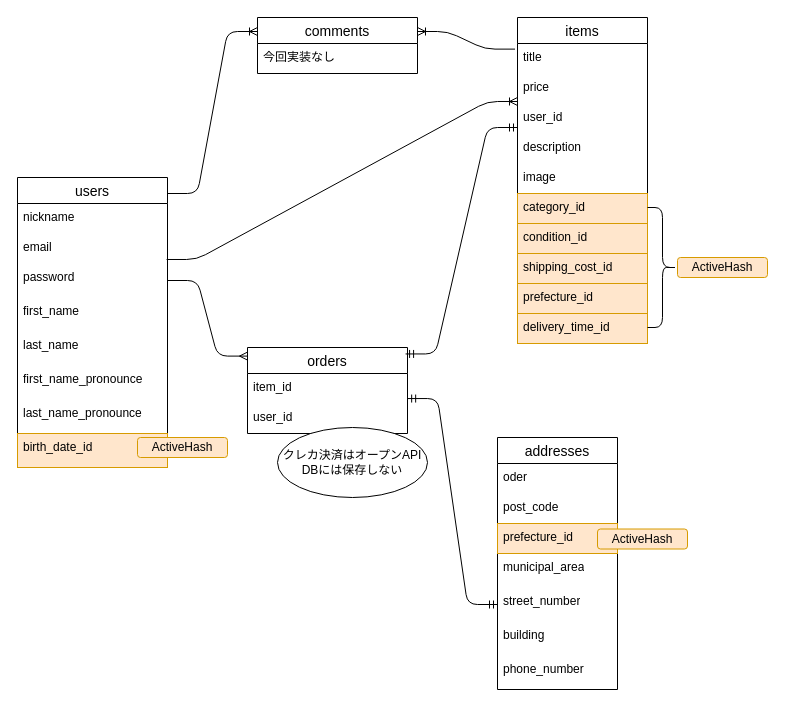
The draw.io diagram furimaER.dio in Tsugumi0424/furima-42277, before the edit. Source tidied: cells renumbered, new cells numbered last; positions are measured from the earlier drawing's top-left corner, leaving out a move shared by most shapes. Both pictures are drawn from the tidied source at 100%, with x=0, y=0 at pixel (17, 17).
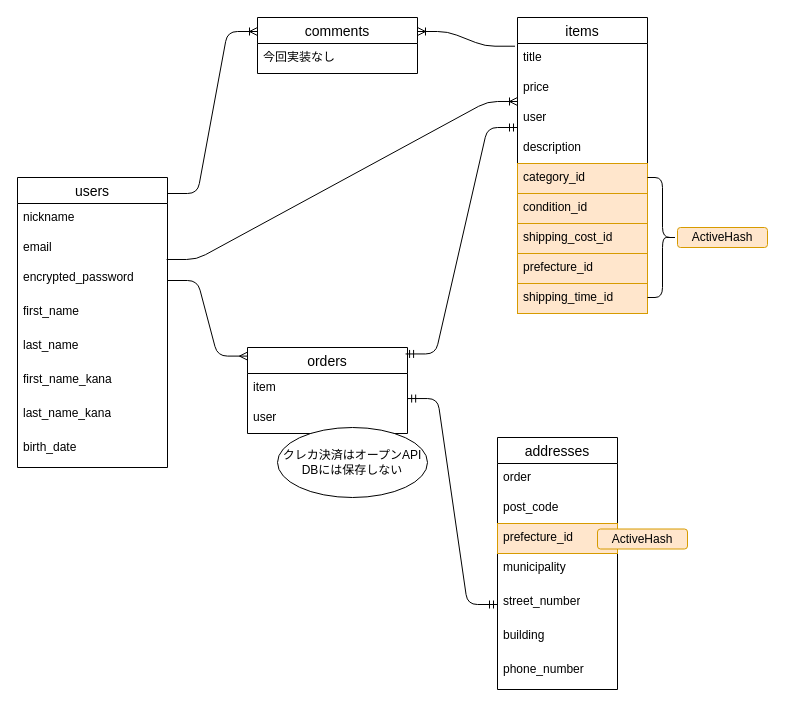
The same page after the edit.

Commit message (it also covers changes not shown here):
データベース設計(修正3)

The change refers to these unchanged cells:
```xml
<mxCell id="2" value="users" style="swimlane;fontStyle=0;horizontal=1;startSize=26;align=center;fontSize=14;" parent="1" vertex="1">
  <mxGeometry y="160" width="150" height="290" as="geometry" />
</mxCell>
<mxCell id="27" value="orders" style="swimlane;fontStyle=0;horizontal=1;startSize=26;align=center;fontSize=14;" parent="1" vertex="1">
  <mxGeometry x="230" y="330" width="160" height="86" as="geometry" />
</mxCell>
<mxCell id="31" value="addresses" style="swimlane;fontStyle=0;horizontal=1;startSize=26;align=center;fontSize=14;" parent="1" vertex="1">
  <mxGeometry x="480" y="420" width="120" height="252" as="geometry" />
</mxCell>
```

What changed in the source:
```diff
@@
-    <mxCell id="5" value="password" style="text;strokeColor=none;fillColor=none;spacingLeft=4;spacingRight=4;overflow=hidden;points=[[0,0.5],[1,0.5]];portConstraint=eastwest;fontSize=12;whiteSpace=wrap;html=1;" parent="2" vertex="1">
+    <mxCell id="5" value="encrypted_password" style="text;strokeColor=none;fillColor=none;spacingLeft=4;spacingRight=4;overflow=hidden;points=[[0,0.5],[1,0.5]];portConstraint=eastwest;fontSize=12;whiteSpace=wrap;html=1;" parent="2" vertex="1">
       <mxGeometry y="86" width="150" height="34" as="geometry" />
     </mxCell>
@@
-    <mxCell id="8" value="first_name_pronounce" style="text;strokeColor=none;fillColor=none;spacingLeft=4;spacingRight=4;overflow=hidden;fontSize=12;whiteSpace=wrap;html=1;" parent="2" vertex="1">
+    <mxCell id="8" value="first_name_kana" style="text;strokeColor=none;fillColor=none;spacingLeft=4;spacingRight=4;overflow=hidden;fontSize=12;whiteSpace=wrap;html=1;" parent="2" vertex="1">
       <mxGeometry y="188" width="150" height="34" as="geometry" />
     </mxCell>
-    <mxCell id="9" value="last_name_pronounce" style="text;strokeColor=none;fillColor=none;spacingLeft=4;spacingRight=4;overflow=hidden;fontSize=12;whiteSpace=wrap;html=1;" parent="2" vertex="1">
+    <mxCell id="9" value="last_name_kana" style="text;strokeColor=none;fillColor=none;spacingLeft=4;spacingRight=4;overflow=hidden;fontSize=12;whiteSpace=wrap;html=1;" parent="2" vertex="1">
       <mxGeometry y="222" width="150" height="34" as="geometry" />
     </mxCell>
-    <mxCell id="10" value="birth_date_id" style="text;strokeColor=#d79b00;fillColor=#ffe6cc;spacingLeft=4;spacingRight=4;overflow=hidden;fontSize=12;whiteSpace=wrap;html=1;" parent="2" vertex="1">
+    <mxCell id="10" value="birth_date" style="text;strokeColor=none;fillColor=none;spacingLeft=4;spacingRight=4;overflow=hidden;fontSize=12;whiteSpace=wrap;html=1;" parent="2" vertex="1">
       <mxGeometry y="256" width="150" height="34" as="geometry" />
     </mxCell>
     <mxCell id="11" value="items" style="swimlane;fontStyle=0;horizontal=1;startSize=26;align=center;fontSize=14;" parent="1" vertex="1">
-      <mxGeometry x="500" width="130" height="326" as="geometry" />
+      <mxGeometry x="500" width="130" height="296" as="geometry" />
     </mxCell>
@@
-    <mxCell id="14" value="user_id" style="text;strokeColor=none;fillColor=none;spacingLeft=4;spacingRight=4;overflow=hidden;points=[[0,0.5],[1,0.5]];portConstraint=eastwest;fontSize=12;whiteSpace=wrap;html=1;" parent="11" vertex="1">
+    <mxCell id="14" value="user" style="text;strokeColor=none;fillColor=none;spacingLeft=4;spacingRight=4;overflow=hidden;points=[[0,0.5],[1,0.5]];portConstraint=eastwest;fontSize=12;whiteSpace=wrap;html=1;" parent="11" vertex="1">
       <mxGeometry y="86" width="130" height="30" as="geometry" />
     </mxCell>
@@
-    <mxCell id="16" value="image" style="text;strokeColor=none;fillColor=none;spacingLeft=4;spacingRight=4;overflow=hidden;fontSize=12;whiteSpace=wrap;html=1;" parent="11" vertex="1">
-      <mxGeometry y="146" width="130" height="30" as="geometry" />
-    </mxCell>
     <mxCell id="17" value="category_id" style="text;strokeColor=#d79b00;fillColor=#ffe6cc;spacingLeft=4;spacingRight=4;overflow=hidden;fontSize=12;whiteSpace=wrap;html=1;" parent="11" vertex="1">
-      <mxGeometry y="176" width="130" height="30" as="geometry" />
+      <mxGeometry y="146" width="130" height="30" as="geometry" />
     </mxCell>
     <mxCell id="18" value="condition_id" style="text;strokeColor=#d79b00;fillColor=#ffe6cc;spacingLeft=4;spacingRight=4;overflow=hidden;fontSize=12;whiteSpace=wrap;html=1;" parent="11" vertex="1">
-      <mxGeometry y="206" width="130" height="30" as="geometry" />
+      <mxGeometry y="176" width="130" height="30" as="geometry" />
     </mxCell>
     <mxCell id="19" value="shipping_cost_id" style="text;strokeColor=#d79b00;fillColor=#ffe6cc;spacingLeft=4;spacingRight=4;overflow=hidden;fontSize=12;whiteSpace=wrap;html=1;" parent="11" vertex="1">
-      <mxGeometry y="236" width="130" height="30" as="geometry" />
+      <mxGeometry y="206" width="130" height="30" as="geometry" />
     </mxCell>
     <mxCell id="20" value="prefecture_id" style="text;strokeColor=#d79b00;fillColor=#ffe6cc;spacingLeft=4;spacingRight=4;overflow=hidden;fontSize=12;whiteSpace=wrap;html=1;" parent="11" vertex="1">
-      <mxGeometry y="266" width="130" height="30" as="geometry" />
+      <mxGeometry y="236" width="130" height="30" as="geometry" />
     </mxCell>
-    <mxCell id="21" value="delivery_time_id" style="text;strokeColor=#d79b00;fillColor=#ffe6cc;spacingLeft=4;spacingRight=4;overflow=hidden;fontSize=12;whiteSpace=wrap;html=1;" parent="11" vertex="1">
-      <mxGeometry y="296" width="130" height="30" as="geometry" />
+    <mxCell id="21" value="shipping_time_id" style="text;strokeColor=#d79b00;fillColor=#ffe6cc;spacingLeft=4;spacingRight=4;overflow=hidden;fontSize=12;whiteSpace=wrap;html=1;" parent="11" vertex="1">
+      <mxGeometry y="266" width="130" height="30" as="geometry" />
     </mxCell>
@@
-    <mxCell id="28" value="item_id" style="text;strokeColor=none;fillColor=none;spacingLeft=4;spacingRight=4;overflow=hidden;points=[[0,0.5],[1,0.5]];portConstraint=eastwest;fontSize=12;whiteSpace=wrap;html=1;" parent="27" vertex="1">
+    <mxCell id="28" value="item" style="text;strokeColor=none;fillColor=none;spacingLeft=4;spacingRight=4;overflow=hidden;points=[[0,0.5],[1,0.5]];portConstraint=eastwest;fontSize=12;whiteSpace=wrap;html=1;" parent="27" vertex="1">
       <mxGeometry y="26" width="160" height="30" as="geometry" />
     </mxCell>
-    <mxCell id="29" value="user_id" style="text;strokeColor=none;fillColor=none;spacingLeft=4;spacingRight=4;overflow=hidden;fontSize=12;whiteSpace=wrap;html=1;" parent="27" vertex="1">
+    <mxCell id="29" value="user" style="text;strokeColor=none;fillColor=none;spacingLeft=4;spacingRight=4;overflow=hidden;fontSize=12;whiteSpace=wrap;html=1;" parent="27" vertex="1">
       <mxGeometry y="56" width="160" height="30" as="geometry" />
     </mxCell>
@@
-    <mxCell id="32" value="oder" style="text;strokeColor=none;fillColor=none;spacingLeft=4;spacingRight=4;overflow=hidden;fontSize=12;whiteSpace=wrap;html=1;" parent="31" vertex="1">
+    <mxCell id="32" value="order" style="text;strokeColor=none;fillColor=none;spacingLeft=4;spacingRight=4;overflow=hidden;fontSize=12;whiteSpace=wrap;html=1;" parent="31" vertex="1">
       <mxGeometry y="26" width="120" height="30" as="geometry" />
     </mxCell>
@@
-    <mxCell id="35" value="municipal_area" style="text;strokeColor=none;fillColor=none;spacingLeft=4;spacingRight=4;overflow=hidden;fontSize=12;whiteSpace=wrap;html=1;" parent="31" vertex="1">
+    <mxCell id="35" value="municipality" style="text;strokeColor=none;fillColor=none;spacingLeft=4;spacingRight=4;overflow=hidden;fontSize=12;whiteSpace=wrap;html=1;" parent="31" vertex="1">
       <mxGeometry y="116" width="120" height="34" as="geometry" />
     </mxCell>
@@
-    <mxCell id="41" value="&lt;span style=&quot;color: rgb(0, 0, 0); font-family: Helvetica; font-style: normal; font-variant-ligatures: normal; font-variant-caps: normal; font-weight: 400; letter-spacing: normal; orphans: 2; text-align: center; text-indent: 0px; text-transform: none; widows: 2; word-spacing: 0px; -webkit-text-stroke-width: 0px; white-space: normal; text-decoration-thickness: initial; text-decoration-style: initial; text-decoration-color: initial; float: none; display: inline !important;&quot;&gt;&lt;font style=&quot;&quot;&gt;ActiveHash&lt;/font&gt;&lt;/span&gt;" style="rounded=1;whiteSpace=wrap;html=1;fillColor=#ffe6cc;strokeColor=#d79b00;" parent="1" vertex="1">
-      <mxGeometry x="120" y="420" width="90" height="20" as="geometry" />
-    </mxCell>
     <mxCell id="42" value="&lt;span style=&quot;color: rgb(0, 0, 0); font-family: Helvetica; font-style: normal; font-variant-ligatures: normal; font-variant-caps: normal; font-weight: 400; letter-spacing: normal; orphans: 2; text-align: center; text-indent: 0px; text-transform: none; widows: 2; word-spacing: 0px; -webkit-text-stroke-width: 0px; white-space: normal; text-decoration-thickness: initial; text-decoration-style: initial; text-decoration-color: initial; float: none; display: inline !important;&quot;&gt;&lt;font style=&quot;&quot;&gt;ActiveHash&lt;/font&gt;&lt;/span&gt;" style="rounded=1;whiteSpace=wrap;html=1;fillColor=#ffe6cc;strokeColor=#d79b00;" parent="1" vertex="1">
-      <mxGeometry x="660" y="240" width="90" height="20" as="geometry" />
+      <mxGeometry x="660" y="210" width="90" height="20" as="geometry" />
     </mxCell>
     <mxCell id="43" style="shape=curlyBracket;whiteSpace=wrap;html=1;rounded=1;flipH=1;labelPosition=right;verticalLabelPosition=middle;align=left;verticalAlign=middle;" parent="1" vertex="1">
-      <mxGeometry x="630" y="190" width="30" height="120" as="geometry" />
+      <mxGeometry x="630" y="160" width="30" height="120" as="geometry" />
     </mxCell>
```
